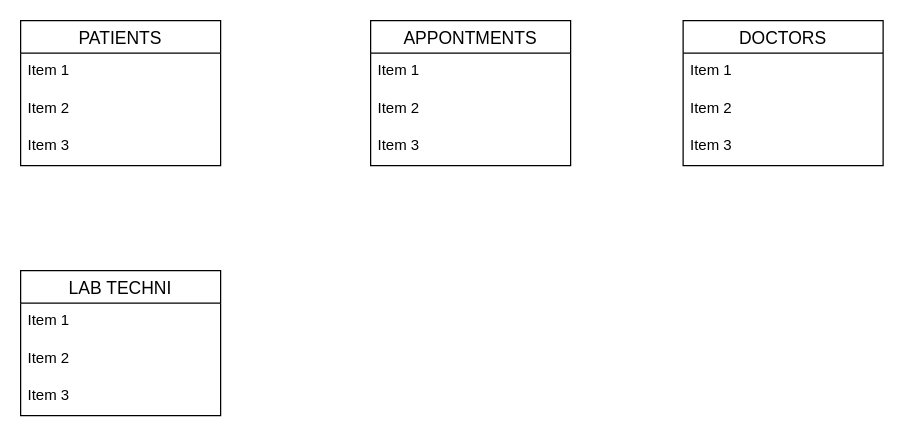
This is page "ER Diagram" (5 of 7) of HMS.drawio from ysebega/ysebega, a draw.io file, before an edit. Source tidied: cells renumbered, new cells numbered last; positions are measured from the earlier drawing's top-left corner, leaving out a move shared by most shapes. Both pictures are drawn from the tidied source at 125%, with x=0, y=0 at pixel (20, 20).
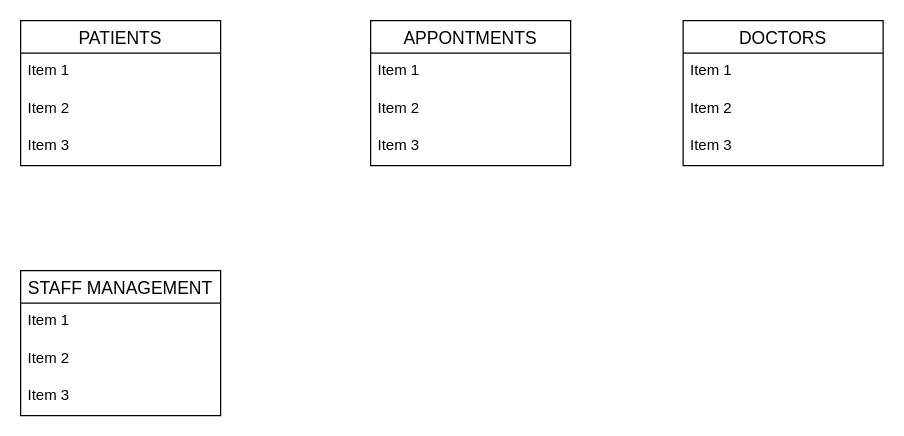
Above is the later version.

What changed in the source:
```diff
@@
 <mxGraphModel>
   <root>
     <mxCell id="0" />
     <mxCell id="1" parent="0" />
     <mxCell id="2" value="PATIENTS" style="swimlane;fontStyle=0;horizontal=1;startSize=26;align=center;fontSize=14;" parent="1" vertex="1">
       <mxGeometry width="160" height="116" as="geometry" />
     </mxCell>
     <mxCell id="3" value="Item 1" style="text;strokeColor=none;fillColor=none;spacingLeft=4;spacingRight=4;overflow=hidden;fontSize=12;" parent="2" vertex="1">
       <mxGeometry y="26" width="160" height="30" as="geometry" />
     </mxCell>
     <mxCell id="4" value="Item 2" style="text;strokeColor=none;fillColor=none;spacingLeft=4;spacingRight=4;overflow=hidden;fontSize=12;" parent="2" vertex="1">
       <mxGeometry y="56" width="160" height="30" as="geometry" />
     </mxCell>
     <mxCell id="5" value="Item 3" style="text;strokeColor=none;fillColor=none;spacingLeft=4;spacingRight=4;overflow=hidden;fontSize=12;" parent="2" vertex="1">
       <mxGeometry y="86" width="160" height="30" as="geometry" />
     </mxCell>
     <mxCell id="6" value="DOCTORS" style="swimlane;fontStyle=0;horizontal=1;startSize=26;align=center;fontSize=14;" parent="1" vertex="1">
       <mxGeometry x="530" width="160" height="116" as="geometry" />
     </mxCell>
     <mxCell id="7" value="Item 1" style="text;strokeColor=none;fillColor=none;spacingLeft=4;spacingRight=4;overflow=hidden;fontSize=12;" parent="6" vertex="1">
       <mxGeometry y="26" width="160" height="30" as="geometry" />
     </mxCell>
     <mxCell id="8" value="Item 2" style="text;strokeColor=none;fillColor=none;spacingLeft=4;spacingRight=4;overflow=hidden;fontSize=12;" parent="6" vertex="1">
       <mxGeometry y="56" width="160" height="30" as="geometry" />
     </mxCell>
     <mxCell id="9" value="Item 3" style="text;strokeColor=none;fillColor=none;spacingLeft=4;spacingRight=4;overflow=hidden;fontSize=12;" parent="6" vertex="1">
       <mxGeometry y="86" width="160" height="30" as="geometry" />
     </mxCell>
     <mxCell id="10" value="APPONTMENTS" style="swimlane;fontStyle=0;horizontal=1;startSize=26;align=center;fontSize=14;" parent="1" vertex="1">
       <mxGeometry x="280" width="160" height="116" as="geometry" />
     </mxCell>
     <mxCell id="11" value="Item 1" style="text;strokeColor=none;fillColor=none;spacingLeft=4;spacingRight=4;overflow=hidden;fontSize=12;" parent="10" vertex="1">
       <mxGeometry y="26" width="160" height="30" as="geometry" />
     </mxCell>
     <mxCell id="12" value="Item 2" style="text;strokeColor=none;fillColor=none;spacingLeft=4;spacingRight=4;overflow=hidden;fontSize=12;" parent="10" vertex="1">
       <mxGeometry y="56" width="160" height="30" as="geometry" />
     </mxCell>
     <mxCell id="13" value="Item 3" style="text;strokeColor=none;fillColor=none;spacingLeft=4;spacingRight=4;overflow=hidden;fontSize=12;" parent="10" vertex="1">
       <mxGeometry y="86" width="160" height="30" as="geometry" />
     </mxCell>
-    <mxCell id="14" value="LAB TECHNI" style="swimlane;fontStyle=0;horizontal=1;startSize=26;align=center;fontSize=14;" parent="1" vertex="1">
+    <mxCell id="14" value="STAFF MANAGEMENT" style="swimlane;fontStyle=0;horizontal=1;startSize=26;align=center;fontSize=14;" parent="1" vertex="1">
       <mxGeometry y="200" width="160" height="116" as="geometry" />
     </mxCell>
     <mxCell id="15" value="Item 1" style="text;strokeColor=none;fillColor=none;spacingLeft=4;spacingRight=4;overflow=hidden;fontSize=12;" parent="14" vertex="1">
       <mxGeometry y="26" width="160" height="30" as="geometry" />
     </mxCell>
     <mxCell id="16" value="Item 2" style="text;strokeColor=none;fillColor=none;spacingLeft=4;spacingRight=4;overflow=hidden;fontSize=12;" parent="14" vertex="1">
       <mxGeometry y="56" width="160" height="30" as="geometry" />
     </mxCell>
     <mxCell id="17" value="Item 3" style="text;strokeColor=none;fillColor=none;spacingLeft=4;spacingRight=4;overflow=hidden;fontSize=12;" parent="14" vertex="1">
       <mxGeometry y="86" width="160" height="30" as="geometry" />
     </mxCell>
   </root>
 </mxGraphModel>
```
